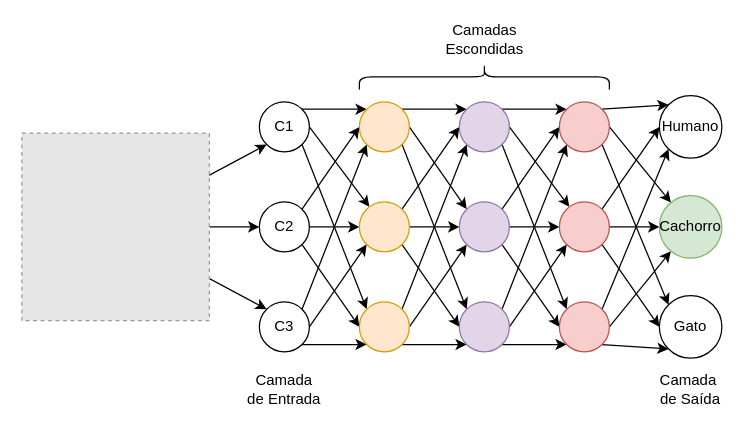
The draw.io diagram img/drawio/MLP.drawio in EmpyreanAI/Monografia, before the edit. Source tidied: cells renumbered, new cells numbered last; positions are measured from the earlier drawing's top-left corner, leaving out a move shared by most shapes. Both pictures are drawn from the tidied source at 125%, with x=0, y=0 at pixel (21, -49). Pictures stored in the file or linked from it are replaced by grey dashed boxes.
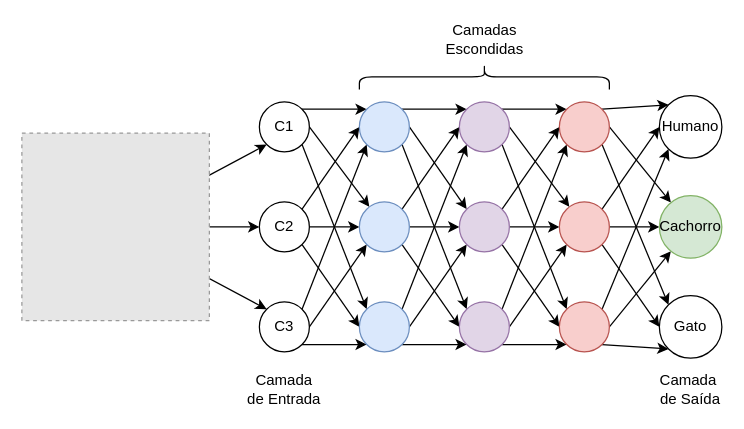
The same diagram, later.

The edit, as a diff of the source:
```diff
@@
-    <mxCell id="17" style="ellipse;whiteSpace=wrap;html=1;fillColor=#ffe6cc;strokeColor=#d79b00;" parent="1" vertex="1">
+    <mxCell id="17" style="ellipse;whiteSpace=wrap;html=1;fillColor=#dae8fc;strokeColor=#6c8ebf;" parent="1" vertex="1">
       <mxGeometry x="270" y="120" width="40" height="40" as="geometry" />
     </mxCell>
@@
-    <mxCell id="21" style="ellipse;whiteSpace=wrap;html=1;fillColor=#ffe6cc;strokeColor=#d79b00;" parent="1" vertex="1">
+    <mxCell id="21" style="ellipse;whiteSpace=wrap;html=1;fillColor=#dae8fc;strokeColor=#6c8ebf;" parent="1" vertex="1">
       <mxGeometry x="270" y="280" width="40" height="40" as="geometry" />
     </mxCell>
@@
-    <mxCell id="25" style="ellipse;whiteSpace=wrap;html=1;fillColor=#ffe6cc;strokeColor=#d79b00;" parent="1" vertex="1">
+    <mxCell id="25" style="ellipse;whiteSpace=wrap;html=1;fillColor=#dae8fc;strokeColor=#6c8ebf;" parent="1" vertex="1">
       <mxGeometry x="270" y="200" width="40" height="40" as="geometry" />
     </mxCell>
```
